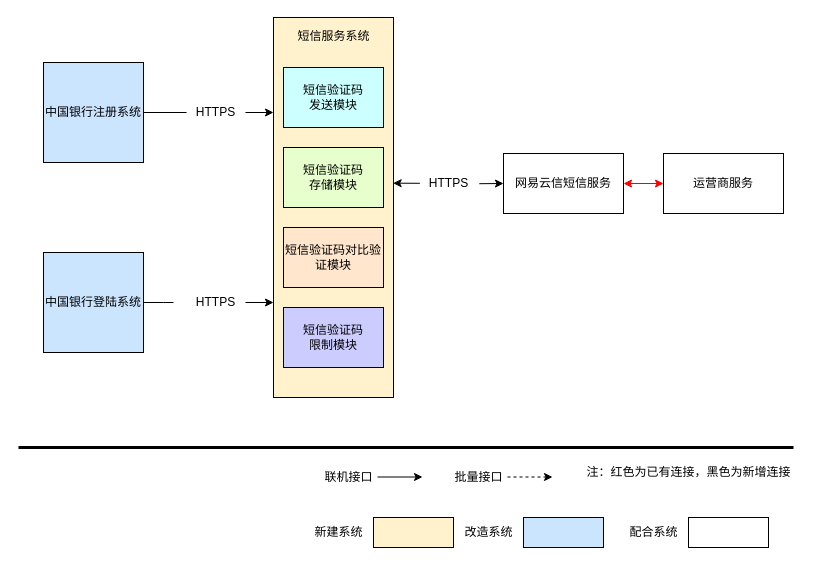
Earlier version of the draw.io diagram 整体架构图.drawio (Foward-Fu/Demo). Source tidied: cells renumbered, new cells numbered last; positions are measured from the earlier drawing's top-left corner, leaving out a move shared by most shapes. Both pictures are drawn from the tidied source at 100%, with x=0, y=0 at pixel (18, 17).
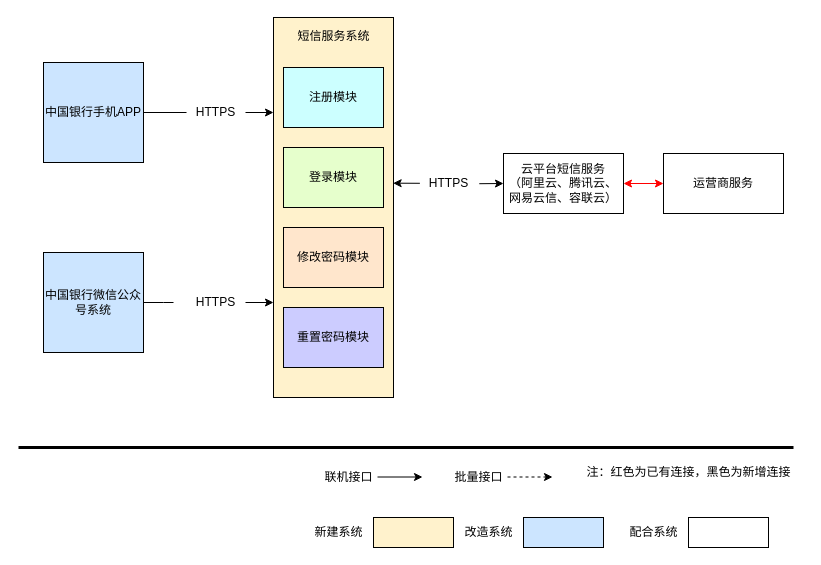
The same page after the edit.

Commit message:
更新整体架构图.drawio

What changed in the source:
```diff
@@
-    <mxCell id="3" value="中国银行注册系统" style="rounded=0;whiteSpace=wrap;html=1;fillColor=#CCE5FF;" parent="1" vertex="1">
+    <mxCell id="3" value="中国银行手机APP" style="rounded=0;whiteSpace=wrap;html=1;fillColor=#CCE5FF;" parent="1" vertex="1">
       <mxGeometry x="25" y="45" width="100" height="100" as="geometry" />
     </mxCell>
@@
-    <mxCell id="5" value="中国银行登陆系统" style="rounded=0;whiteSpace=wrap;html=1;fillColor=#CCE5FF;" parent="1" vertex="1">
+    <mxCell id="5" value="中国银行微信公众号系统" style="rounded=0;whiteSpace=wrap;html=1;fillColor=#CCE5FF;" parent="1" vertex="1">
       <mxGeometry x="25" y="235" width="100" height="100" as="geometry" />
     </mxCell>
@@
-    <mxCell id="8" value="短信验证码&lt;br&gt;发送模块" style="rounded=0;whiteSpace=wrap;html=1;fillColor=#CCFFFF;" parent="1" vertex="1">
+    <mxCell id="8" value="注册模块" style="rounded=0;whiteSpace=wrap;html=1;fillColor=#CCFFFF;" parent="1" vertex="1">
       <mxGeometry x="265" y="50" width="100" height="60" as="geometry" />
     </mxCell>
-    <mxCell id="9" value="短信验证码&lt;br&gt;存储模块" style="rounded=0;whiteSpace=wrap;html=1;fillColor=#E6FFCC;" parent="1" vertex="1">
+    <mxCell id="9" value="登录模块" style="rounded=0;whiteSpace=wrap;html=1;fillColor=#E6FFCC;" parent="1" vertex="1">
       <mxGeometry x="265" y="130" width="100" height="60" as="geometry" />
     </mxCell>
-    <mxCell id="10" value="短信验证码对比验证模块" style="rounded=0;whiteSpace=wrap;html=1;fillColor=#FFE6CC;" parent="1" vertex="1">
+    <mxCell id="10" value="修改密码模块" style="rounded=0;whiteSpace=wrap;html=1;fillColor=#FFE6CC;" parent="1" vertex="1">
       <mxGeometry x="265" y="210" width="100" height="60" as="geometry" />
     </mxCell>
-    <mxCell id="11" value="短信验证码&lt;br&gt;限制模块" style="rounded=0;whiteSpace=wrap;html=1;fillColor=#CCCCFF;" parent="1" vertex="1">
+    <mxCell id="11" value="重置密码模块" style="rounded=0;whiteSpace=wrap;html=1;fillColor=#CCCCFF;" parent="1" vertex="1">
       <mxGeometry x="265" y="290" width="100" height="60" as="geometry" />
     </mxCell>
-    <mxCell id="12" value="网易云信短信服务" style="rounded=0;whiteSpace=wrap;html=1;fillColor=#FFFFFF;" parent="1" vertex="1">
+    <mxCell id="12" value="云平台短信服务&lt;br&gt;（阿里云、腾讯云、网易云信、容联云）" style="rounded=0;whiteSpace=wrap;html=1;fillColor=#FFFFFF;" parent="1" vertex="1">
       <mxGeometry x="485" y="136" width="120" height="60" as="geometry" />
     </mxCell>
```
